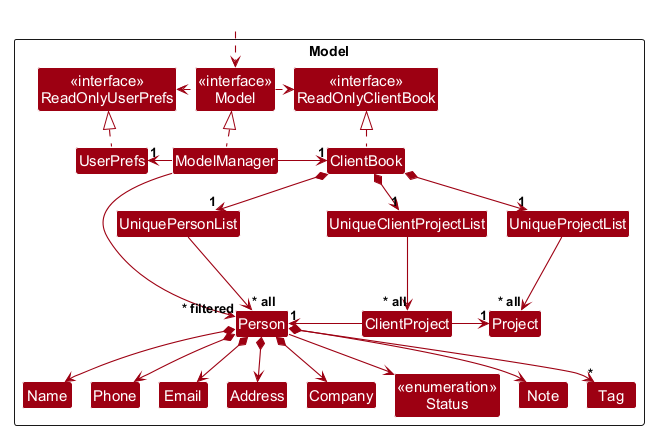
Above: docs/images/ModelClassDiagram.png in AY2627S1-CS2103-F09-2/tp (PlantUML), before the change.
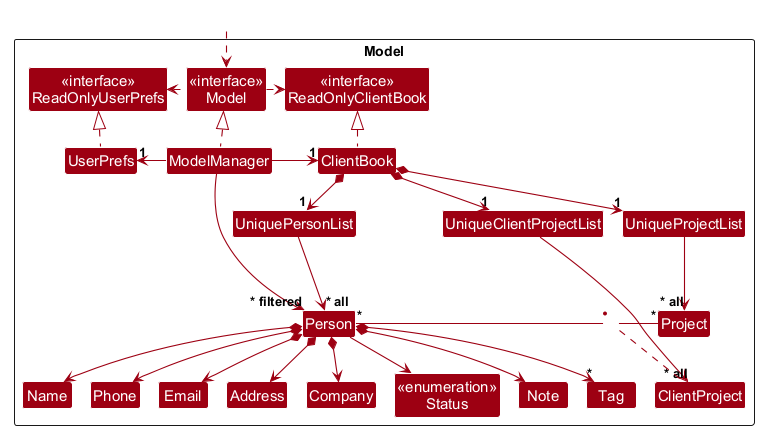
The same file after the commit.

Commit message:
Show ClientProject as an association class in the Model diagram

ClientProject was drawn as an ordinary class pointing to Person and
Project, which hides that it describes the many-to-many link between
them.

Let's draw it as an association class on the Person-Project
association, as suggested in review, and say so in the DG text.

Diff of the diagram source:
```diff
@@ -53,8 +53,8 @@
 UniquePersonList --> "~* all" Person
 UniqueClientProjectList --> "~* all" ClientProject
 UniqueProjectList --> "~* all" Project
-ClientProject -left-> "1" Person
-ClientProject -right-> "1" Project
+Person "*" -right- "*" Project
+(Person, Project) .. ClientProject
 
 Person *--> Name
 Person *--> Phone
```
